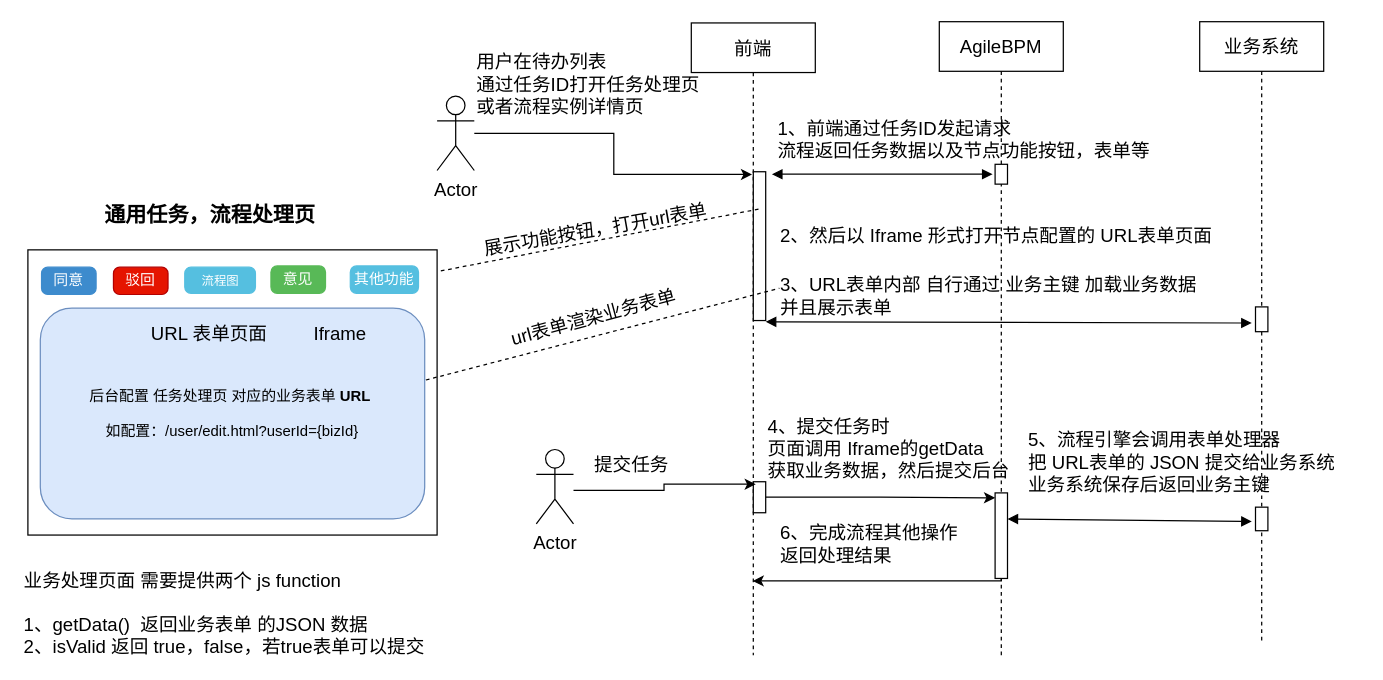
Above: URL表单.drawio in miaojf/doc (draw.io), before the change. Source tidied: cells renumbered, new cells numbered last; positions are measured from the earlier drawing's top-left corner, leaving out a move shared by most shapes. Both pictures are drawn from the tidied source at 124%, with x=0, y=0 at pixel (21, 21).
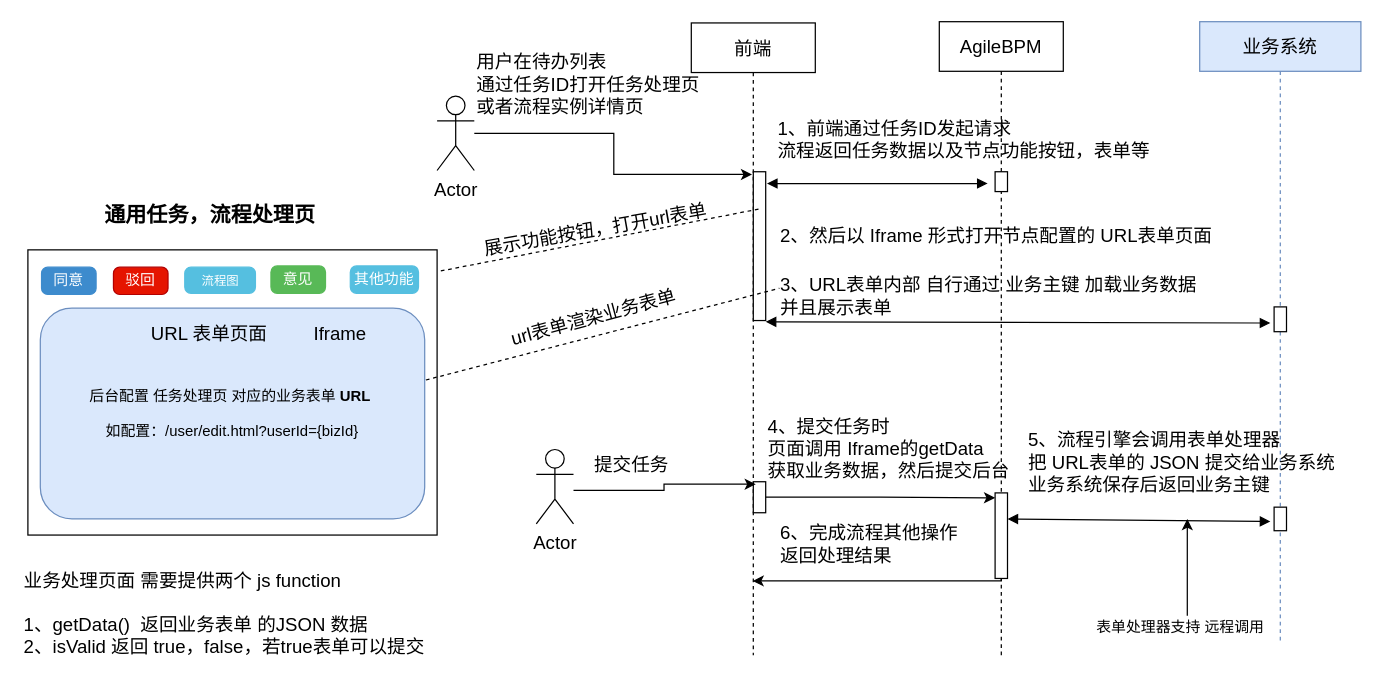
The same page after the edit.

Unchanged cells that the change refers to:
```xml
<mxCell id="14" value="前端" style="shape=umlLifeline;perimeter=lifelinePerimeter;whiteSpace=wrap;html=1;outlineConnect=0;fontSize=15;" parent="1" vertex="1">
  <mxGeometry x="540" y="1" width="100" height="510" as="geometry" />
</mxCell>
<mxCell id="19" value="AgileBPM" style="shape=umlLifeline;perimeter=lifelinePerimeter;whiteSpace=wrap;html=1;fontSize=15;" parent="1" vertex="1">
  <mxGeometry x="740" width="100" height="511" as="geometry" />
</mxCell>
```

What changed in the source:
```diff
@@
-    <mxCell id="18" style="endArrow=block;startArrow=block;endFill=1;startFill=1;html=1;fontSize=15;" parent="14" edge="1">
-      <mxGeometry relative="1" as="geometry">
-        <mxPoint x="65" y="122" as="sourcePoint" />
-        <mxPoint x="243" y="122" as="targetPoint" />
-      </mxGeometry>
-    </mxCell>
@@
     <mxCell id="20" style="html=1;perimeter=orthogonalPerimeter;fontSize=15;" parent="19" vertex="1">
-      <mxGeometry x="45" y="115" width="10" height="16" as="geometry" />
+      <mxGeometry x="45" y="121" width="10" height="16" as="geometry" />
     </mxCell>
@@
-    <mxCell id="23" value="业务系统" style="shape=umlLifeline;perimeter=lifelinePerimeter;whiteSpace=wrap;html=1;fontSize=15;" parent="1" vertex="1">
-      <mxGeometry x="950" width="100" height="501" as="geometry" />
+    <mxCell id="23" value="业务系统" style="shape=umlLifeline;perimeter=lifelinePerimeter;whiteSpace=wrap;html=1;fontSize=15;fillColor=#dae8fc;strokeColor=#6c8ebf;" parent="1" vertex="1">
+      <mxGeometry x="950" width="130" height="501" as="geometry" />
     </mxCell>
     <mxCell id="24" style="html=1;points=[];perimeter=orthogonalPerimeter;fontSize=15;" parent="23" vertex="1">
-      <mxGeometry x="45" y="391.5" width="10" height="19" as="geometry" />
+      <mxGeometry x="60" y="391.5" width="10" height="19" as="geometry" />
     </mxCell>
     <mxCell id="25" style="html=1;points=[];perimeter=orthogonalPerimeter;fontSize=15;" parent="23" vertex="1">
-      <mxGeometry x="45" y="230" width="10" height="20" as="geometry" />
+      <mxGeometry x="60" y="230" width="10" height="20" as="geometry" />
     </mxCell>
@@
+    <mxCell id="43" style="edgeStyle=orthogonalEdgeStyle;rounded=0;jettySize=auto;html=1;" parent="1" edge="1" source="44">
+      <mxGeometry relative="1" as="geometry">
+        <mxPoint x="940" y="401" as="targetPoint" />
+      </mxGeometry>
+    </mxCell>
+    <mxCell id="44" value="表单处理器支持 远程调用" style="text;html=1;points=[];align=left;verticalAlign=top;spacingTop=-4;" parent="1" vertex="1">
+      <mxGeometry x="865" y="479" width="150" height="20" as="geometry" />
+    </mxCell>
+    <mxCell id="18" style="endArrow=block;startArrow=block;endFill=1;startFill=1;html=1;fontSize=15;" parent="1" edge="1">
+      <mxGeometry relative="1" as="geometry">
+        <mxPoint x="601" y="130.5" as="sourcePoint" />
+        <mxPoint x="779" y="130.5" as="targetPoint" />
+      </mxGeometry>
+    </mxCell>
```
